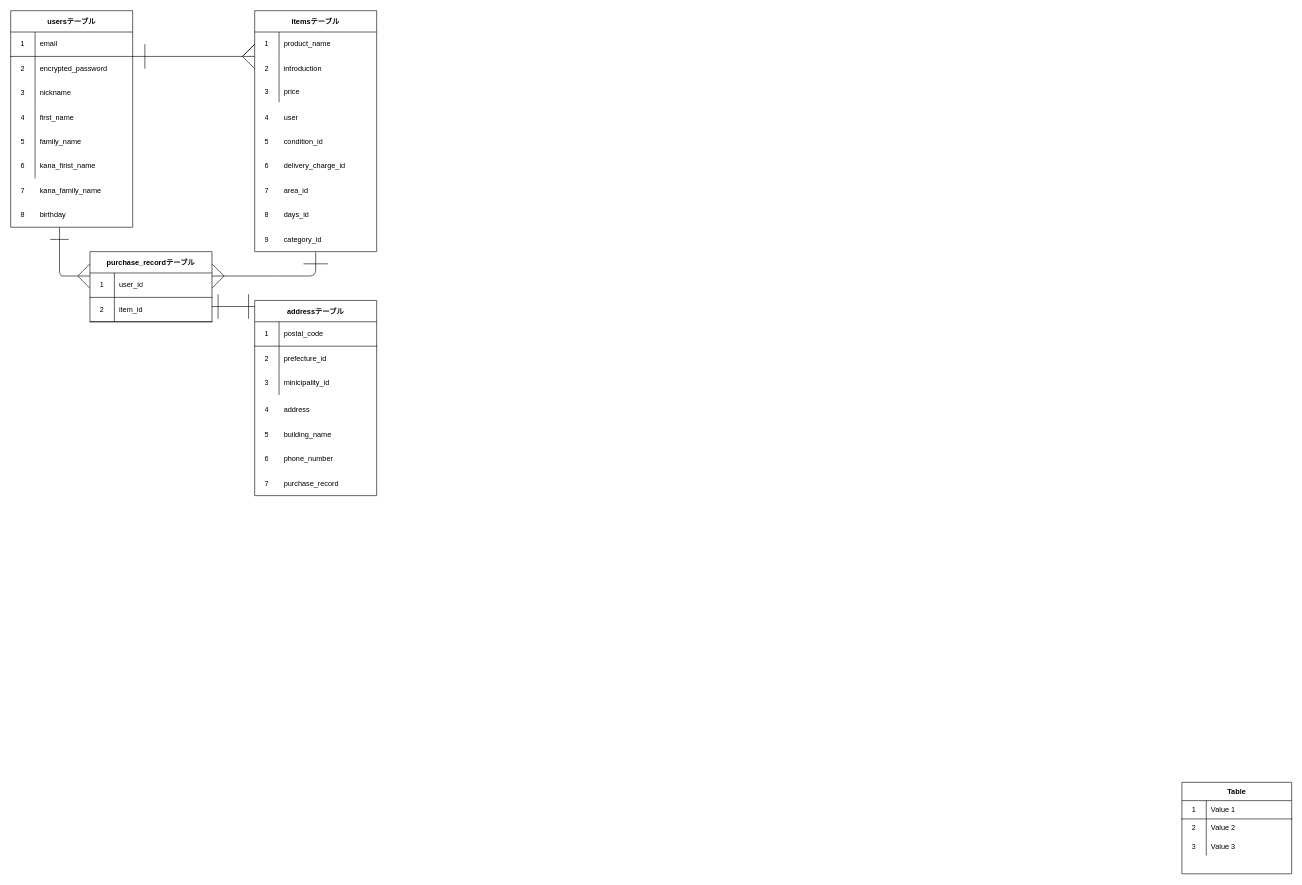
Earlier version of the draw.io diagram test.dio (MIKIHISA-HIRAI/furima-33386). Source tidied: cells renumbered, new cells numbered last; positions are measured from the earlier drawing's top-left corner, leaving out a move shared by most shapes. Both pictures are drawn from the tidied source at 61%, with x=0, y=0 at pixel (10, 10).
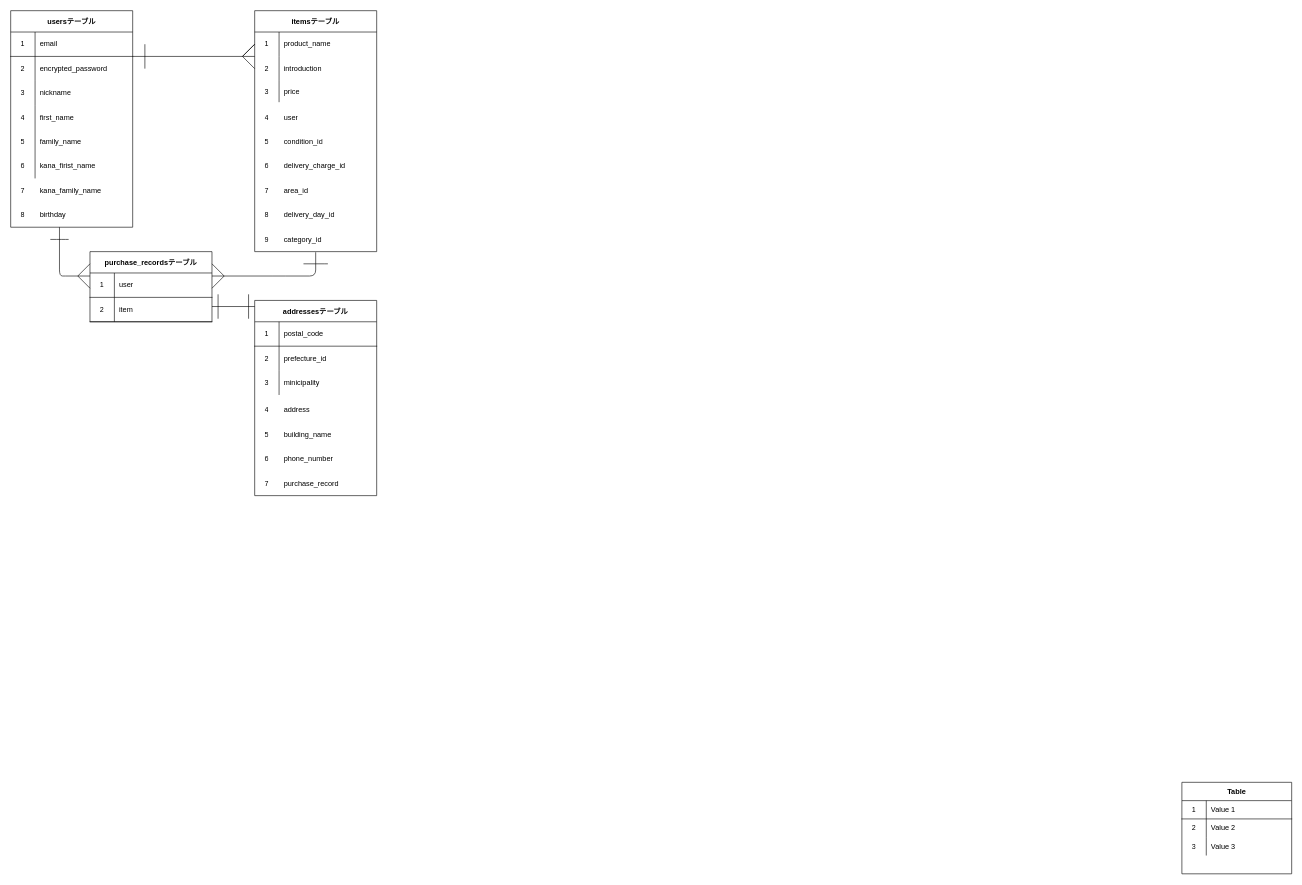
The same page after the edit.

Commit message (it also covers changes not shown here):
データベース設計４

The change refers to these unchanged cells:
```xml
<mxCell id="42" style="shape=partialRectangle;html=1;whiteSpace=wrap;fillColor=none;top=0;left=0;bottom=1;right=0;" parent="41" vertex="1">
  <mxGeometry y="35" width="200" height="40" as="geometry" />
</mxCell>
<mxCell id="45" style="shape=partialRectangle;html=1;whiteSpace=wrap;fillColor=none;top=0;left=0;bottom=1;right=0;" parent="41" vertex="1">
  <mxGeometry y="75" width="200" height="40" as="geometry" />
</mxCell>
<mxCell id="66" style="shape=partialRectangle;html=1;whiteSpace=wrap;fillColor=none;top=0;left=0;bottom=0;right=0;" parent="59" vertex="1">
  <mxGeometry y="115" width="200" height="40" as="geometry" />
</mxCell>
<mxCell id="75" style="shape=partialRectangle;html=1;whiteSpace=wrap;fillColor=none;top=0;left=0;bottom=0;right=0;" parent="1" vertex="1">
  <mxGeometry x="400" y="315" width="200" height="40" as="geometry" />
</mxCell>
```

Change to the diagram source:
```diff
@@
-    <mxCell id="41" value="purchase_recordテーブル" style="shape=table;html=1;whiteSpace=wrap;startSize=35;childLayout=tableLayout;rowLines=0;fontStyle=1;align=center;" parent="1" vertex="1">
+    <mxCell id="41" value="purchase_recordsテーブル" style="shape=table;html=1;whiteSpace=wrap;startSize=35;childLayout=tableLayout;rowLines=0;fontStyle=1;align=center;" parent="1" vertex="1">
       <mxGeometry x="130" y="395" width="200" height="115" as="geometry" />
     </mxCell>
@@
-    <mxCell id="44" value="user_id" style="shape=partialRectangle;html=1;whiteSpace=wrap;fillColor=none;top=0;left=0;bottom=0;right=0;align=left;spacingLeft=6;overflow=hidden;" parent="42" vertex="1">
+    <mxCell id="44" value="user" style="shape=partialRectangle;html=1;whiteSpace=wrap;fillColor=none;top=0;left=0;bottom=0;right=0;align=left;spacingLeft=6;overflow=hidden;" parent="42" vertex="1">
       <mxGeometry x="40" width="160" height="40" as="geometry" />
     </mxCell>
@@
-    <mxCell id="47" value="item_id" style="shape=partialRectangle;html=1;whiteSpace=wrap;fillColor=none;top=0;left=0;bottom=0;right=0;align=left;spacingLeft=6;overflow=hidden;" parent="45" vertex="1">
+    <mxCell id="47" value="item" style="shape=partialRectangle;html=1;whiteSpace=wrap;fillColor=none;top=0;left=0;bottom=0;right=0;align=left;spacingLeft=6;overflow=hidden;" parent="45" vertex="1">
       <mxGeometry x="40" width="160" height="40" as="geometry" />
     </mxCell>
@@
-    <mxCell id="59" value="addressテーブル" style="shape=table;html=1;whiteSpace=wrap;startSize=35;childLayout=tableLayout;rowLines=0;fontStyle=1;align=center;" parent="1" vertex="1">
+    <mxCell id="59" value="addressesテーブル" style="shape=table;html=1;whiteSpace=wrap;startSize=35;childLayout=tableLayout;rowLines=0;fontStyle=1;align=center;" parent="1" vertex="1">
       <mxGeometry x="400" y="475" width="200" height="320" as="geometry" />
     </mxCell>
@@
-    <mxCell id="68" value="minicipality_id" style="shape=partialRectangle;html=1;whiteSpace=wrap;fillColor=none;top=0;left=0;bottom=0;right=0;align=left;spacingLeft=6;overflow=hidden;" parent="66" vertex="1">
+    <mxCell id="68" value="minicipality" style="shape=partialRectangle;html=1;whiteSpace=wrap;fillColor=none;top=0;left=0;bottom=0;right=0;align=left;spacingLeft=6;overflow=hidden;" parent="66" vertex="1">
       <mxGeometry x="40" width="160" height="40" as="geometry" />
     </mxCell>
@@
-    <mxCell id="77" value="days_id" style="shape=partialRectangle;html=1;whiteSpace=wrap;fillColor=none;top=0;left=0;bottom=0;right=0;align=left;spacingLeft=6;overflow=hidden;" parent="75" vertex="1">
+    <mxCell id="77" value="delivery_day_id" style="shape=partialRectangle;html=1;whiteSpace=wrap;fillColor=none;top=0;left=0;bottom=0;right=0;align=left;spacingLeft=6;overflow=hidden;" parent="75" vertex="1">
       <mxGeometry x="40" width="160" height="40" as="geometry" />
     </mxCell>
```
